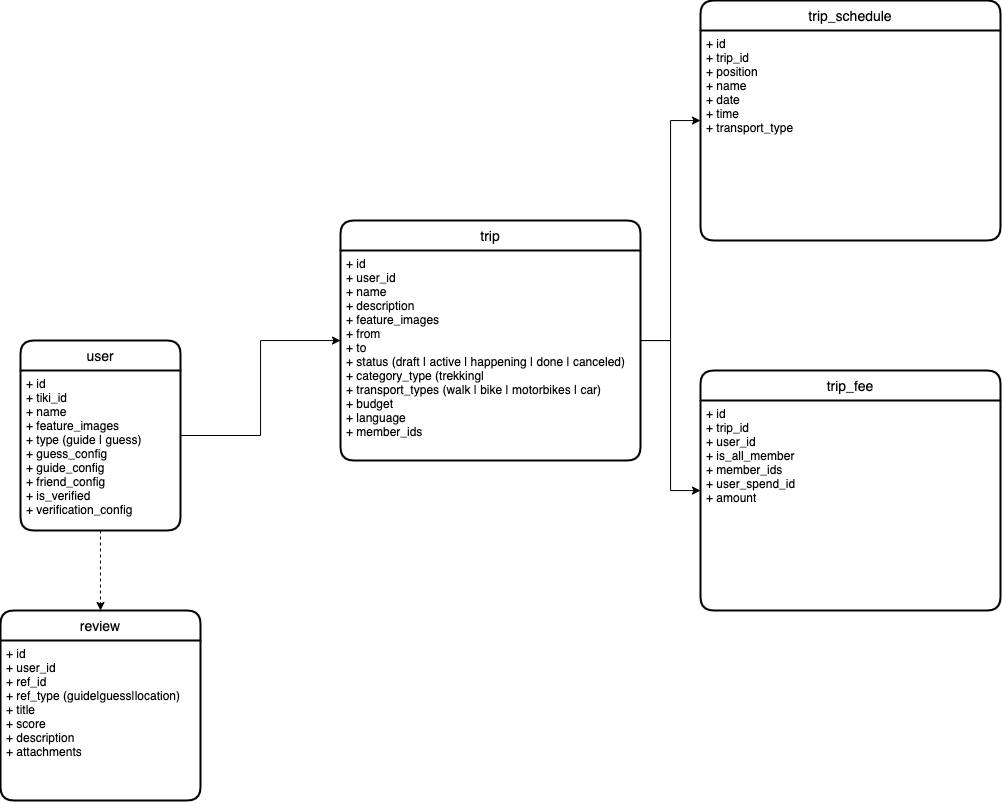
The draw.io diagram assets/flow-charts/01-detailerDb.png in minhphong306/nestjs-typeorm-mysql-jwt-boilerplate, before a commit. Source tidied: cells renumbered, new cells last; positions are measured from the earlier drawing's top-left corner, leaving out a move shared by most shapes.
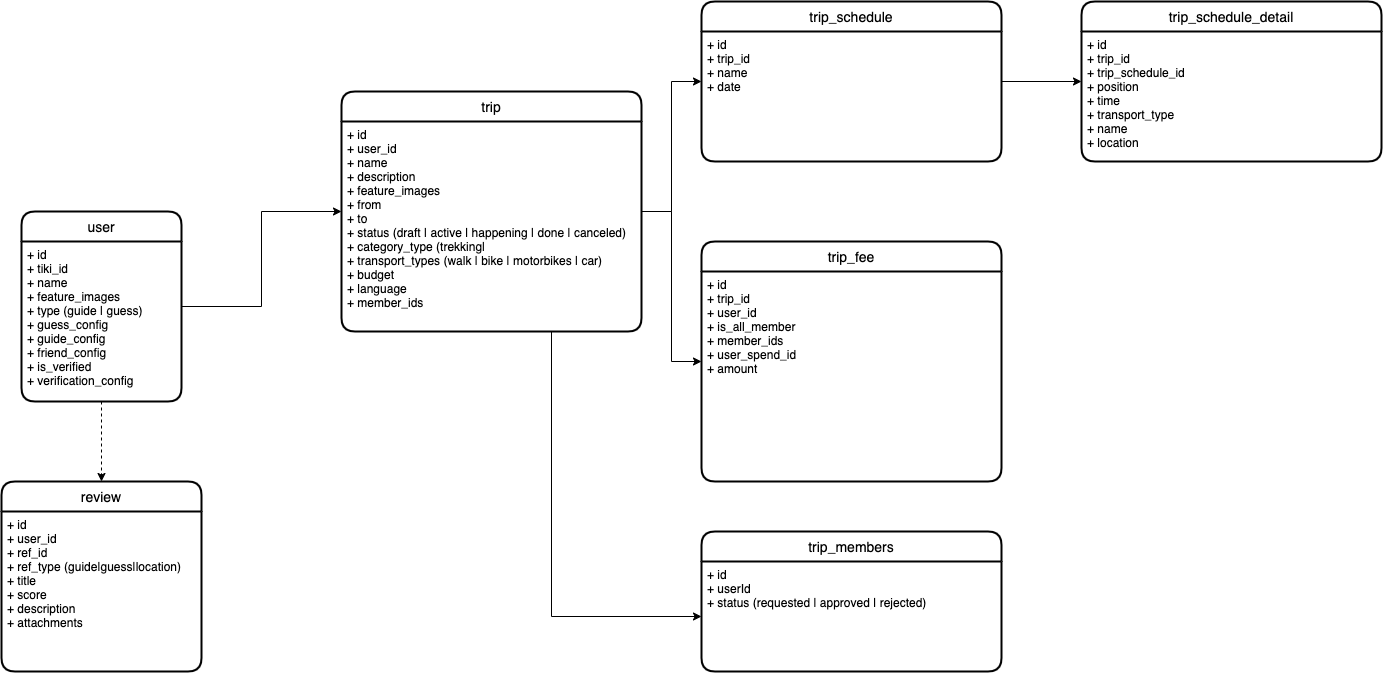
After the change.

What changed in the source:
```diff
@@ -14,12 +14,19 @@
     <mxCell id="5" value="+ id&#10;+ tiki_id&#10;+ name&#10;+ feature_images&#10;+ type (guide | guess)&#10;+ guess_config&#10;+ guide_config&#10;+ friend_config&#10;+ is_verified&#10;+ verification_config" style="align=left;strokeColor=none;fillColor=none;spacingLeft=4;fontSize=12;verticalAlign=top;" parent="4" vertex="1">
       <mxGeometry y="30" width="160" height="160" as="geometry" />
     </mxCell>
-    <mxCell id="6" style="edgeStyle=orthogonalEdgeStyle;rounded=0;jettySize=auto;html=1;" parent="1" edge="1" source="8" target="12">
+    <mxCell id="6" style="edgeStyle=orthogonalEdgeStyle;rounded=0;jettySize=auto;html=1;entryX=0;entryY=0.5;entryDx=0;entryDy=0;" parent="1" edge="1" source="8" target="12">
       <mxGeometry relative="1" as="geometry" />
     </mxCell>
     <mxCell id="7" style="edgeStyle=orthogonalEdgeStyle;rounded=0;jettySize=auto;html=1;" parent="1" edge="1" source="8" target="14">
       <mxGeometry relative="1" as="geometry" />
     </mxCell>
+    <mxCell id="16" style="edgeStyle=orthogonalEdgeStyle;rounded=0;jettySize=auto;html=1;entryX=0;entryY=0.5;entryDx=0;entryDy=0;" parent="1" edge="1" source="8" target="19">
+      <mxGeometry relative="1" as="geometry">
+        <Array as="points">
+          <mxPoint x="550" y="745" />
+        </Array>
+      </mxGeometry>
+    </mxCell>
     <mxCell id="8" value="trip" style="swimlane;horizontal=1;startSize=30;rounded=1;fontSize=14;fontStyle=0;strokeWidth=2;shadow=0;dashed=0;align=center;" parent="1" vertex="1">
       <mxGeometry x="340" y="220" width="300" height="240" as="geometry" />
     </mxCell>
@@ -32,11 +39,14 @@
     <mxCell id="11" value="+ id&#10;+ user_id&#10;+ ref_id&#10;+ ref_type (guide|guess|location)&#10;+ title&#10;+ score&#10;+ description&#10;+ attachments" style="align=left;strokeColor=none;fillColor=none;spacingLeft=4;fontSize=12;verticalAlign=top;" parent="10" vertex="1">
       <mxGeometry y="30" width="200" height="160" as="geometry" />
     </mxCell>
+    <mxCell id="17" style="edgeStyle=orthogonalEdgeStyle;rounded=0;jettySize=auto;html=1;" parent="1" edge="1" source="12" target="20">
+      <mxGeometry relative="1" as="geometry" />
+    </mxCell>
     <mxCell id="12" value="trip_schedule" style="swimlane;horizontal=1;startSize=30;rounded=1;fontSize=14;fontStyle=0;strokeWidth=2;shadow=0;dashed=0;align=center;" parent="1" vertex="1">
-      <mxGeometry x="700" width="300" height="240" as="geometry" />
+      <mxGeometry x="700" y="130" width="300" height="160" as="geometry" />
     </mxCell>
-    <mxCell id="13" value="+ id&#10;+ trip_id&#10;+ position&#10;+ name&#10;+ date&#10;+ time&#10;+ transport_type" style="align=left;strokeColor=none;fillColor=none;spacingLeft=4;fontSize=12;verticalAlign=top;" parent="12" vertex="1">
-      <mxGeometry y="30" width="300" height="210" as="geometry" />
+    <mxCell id="13" value="+ id&#10;+ trip_id&#10;+ name&#10;+ date" style="align=left;strokeColor=none;fillColor=none;spacingLeft=4;fontSize=12;verticalAlign=top;" parent="12" vertex="1">
+      <mxGeometry y="30" width="300" height="130" as="geometry" />
     </mxCell>
     <mxCell id="14" value="trip_fee" style="swimlane;horizontal=1;startSize=30;rounded=1;fontSize=14;fontStyle=0;strokeWidth=2;shadow=0;dashed=0;align=center;" parent="1" vertex="1">
       <mxGeometry x="700" y="370" width="300" height="240" as="geometry" />
@@ -44,5 +54,17 @@
     <mxCell id="15" value="+ id&#10;+ trip_id&#10;+ user_id&#10;+ is_all_member&#10;+ member_ids&#10;+ user_spend_id&#10;+ amount" style="align=left;strokeColor=none;fillColor=none;spacingLeft=4;fontSize=12;verticalAlign=top;" parent="14" vertex="1">
       <mxGeometry y="30" width="300" height="210" as="geometry" />
     </mxCell>
+    <mxCell id="18" value="trip_members" style="swimlane;horizontal=1;startSize=30;rounded=1;fontSize=14;fontStyle=0;strokeWidth=2;shadow=0;dashed=0;align=center;" parent="1" vertex="1">
+      <mxGeometry x="700" y="660" width="300" height="140" as="geometry" />
+    </mxCell>
+    <mxCell id="19" value="+ id&#10;+ userId&#10;+ status (requested | approved | rejected)" style="align=left;strokeColor=none;fillColor=none;spacingLeft=4;fontSize=12;verticalAlign=top;" parent="18" vertex="1">
+      <mxGeometry y="30" width="300" height="110" as="geometry" />
+    </mxCell>
+    <mxCell id="20" value="trip_schedule_detail" style="swimlane;horizontal=1;startSize=30;rounded=1;fontSize=14;fontStyle=0;strokeWidth=2;shadow=0;dashed=0;align=center;" parent="1" vertex="1">
+      <mxGeometry x="1080" y="130" width="300" height="160" as="geometry" />
+    </mxCell>
+    <mxCell id="21" value="+ id&#10;+ trip_id&#10;+ trip_schedule_id&#10;+ position&#10;+ time&#10;+ transport_type&#10;+ name&#10;+ location" style="align=left;strokeColor=none;fillColor=none;spacingLeft=4;fontSize=12;verticalAlign=top;" parent="20" vertex="1">
+      <mxGeometry y="30" width="300" height="130" as="geometry" />
+    </mxCell>
   </root>
 </mxGraphModel>
```
